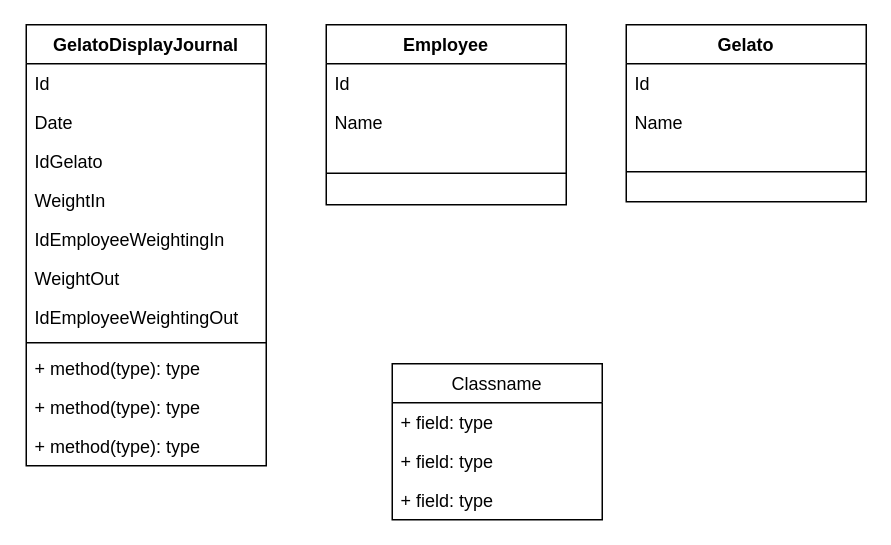
Earlier version of the draw.io diagram DiarioGelato_ClassDiagram.drawio (cidzanella/diariodelgelato). Source tidied: cells renumbered, new cells numbered last; positions are measured from the earlier drawing's top-left corner, leaving out a move shared by most shapes. Both pictures are drawn from the tidied source at 150%, with x=0, y=0 at pixel (26, 24).
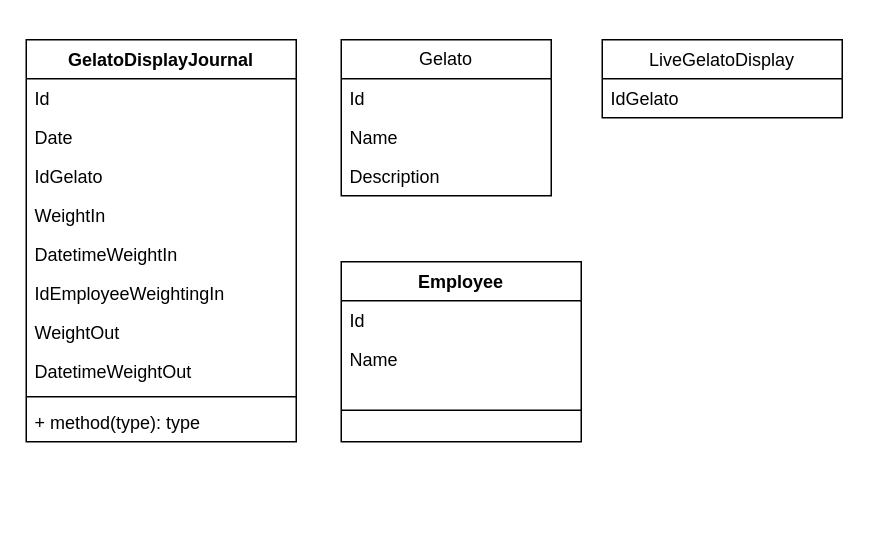
The same diagram, later.

What changed in the source:
```diff
@@
-    <mxCell id="2" value="Gelato" style="swimlane;fontStyle=1;align=center;verticalAlign=top;horizontal=1;startSize=26;" parent="1" vertex="1">
-      <mxGeometry x="400" width="160" height="118" as="geometry" />
-    </mxCell>
-    <mxCell id="3" value="Id" style="text;strokeColor=none;fillColor=none;align=left;verticalAlign=top;spacingLeft=4;spacingRight=4;overflow=hidden;" parent="2" vertex="1">
-      <mxGeometry y="26" width="160" height="26" as="geometry" />
-    </mxCell>
-    <mxCell id="4" value="Name" style="text;strokeColor=none;fillColor=none;align=left;verticalAlign=top;spacingLeft=4;spacingRight=4;overflow=hidden;" parent="2" vertex="1">
-      <mxGeometry y="52" width="160" height="26" as="geometry" />
-    </mxCell>
-    <mxCell id="5" style="line;strokeWidth=1;fillColor=none;align=left;verticalAlign=middle;spacingTop=-1;spacingLeft=3;spacingRight=3;labelPosition=right;strokeColor=inherit;" parent="2" vertex="1">
-      <mxGeometry y="78" width="160" height="40" as="geometry" />
-    </mxCell>
     <mxCell id="6" value="GelatoDisplayJournal" style="swimlane;fontStyle=1;align=center;verticalAlign=top;horizontal=1;startSize=26;" parent="1" vertex="1">
-      <mxGeometry width="160" height="294" as="geometry" />
+      <mxGeometry y="10" width="180" height="268" as="geometry" />
     </mxCell>
     <mxCell id="7" value="Id" style="text;strokeColor=none;fillColor=none;align=left;verticalAlign=top;spacingLeft=4;spacingRight=4;overflow=hidden;" parent="6" vertex="1">
-      <mxGeometry y="26" width="160" height="26" as="geometry" />
+      <mxGeometry y="26" width="180" height="26" as="geometry" />
     </mxCell>
     <mxCell id="8" value="Date" style="text;strokeColor=none;fillColor=none;align=left;verticalAlign=top;spacingLeft=4;spacingRight=4;overflow=hidden;" parent="6" vertex="1">
-      <mxGeometry y="52" width="160" height="26" as="geometry" />
+      <mxGeometry y="52" width="180" height="26" as="geometry" />
     </mxCell>
     <mxCell id="9" value="IdGelato" style="text;strokeColor=none;fillColor=none;align=left;verticalAlign=top;spacingLeft=4;spacingRight=4;overflow=hidden;" parent="6" vertex="1">
-      <mxGeometry y="78" width="160" height="26" as="geometry" />
+      <mxGeometry y="78" width="180" height="26" as="geometry" />
     </mxCell>
     <mxCell id="10" value="WeightIn" style="text;strokeColor=none;fillColor=none;align=left;verticalAlign=top;spacingLeft=4;spacingRight=4;overflow=hidden;" parent="6" vertex="1">
-      <mxGeometry y="104" width="160" height="26" as="geometry" />
+      <mxGeometry y="104" width="180" height="26" as="geometry" />
     </mxCell>
+    <mxCell id="15" value="DatetimeWeightIn" style="text;strokeColor=none;fillColor=none;align=left;verticalAlign=top;spacingLeft=4;spacingRight=4;overflow=hidden;" parent="6" vertex="1">
+      <mxGeometry y="130" width="180" height="26" as="geometry" />
+    </mxCell>
     <mxCell id="11" value="IdEmployeeWeightingIn" style="text;strokeColor=none;fillColor=none;align=left;verticalAlign=top;spacingLeft=4;spacingRight=4;overflow=hidden;" parent="6" vertex="1">
-      <mxGeometry y="130" width="160" height="26" as="geometry" />
+      <mxGeometry y="156" width="180" height="26" as="geometry" />
     </mxCell>
     <mxCell id="12" value="WeightOut" style="text;strokeColor=none;fillColor=none;align=left;verticalAlign=top;spacingLeft=4;spacingRight=4;overflow=hidden;" parent="6" vertex="1">
-      <mxGeometry y="156" width="160" height="26" as="geometry" />
+      <mxGeometry y="182" width="180" height="26" as="geometry" />
     </mxCell>
-    <mxCell id="13" value="IdEmployeeWeightingOut" style="text;strokeColor=none;fillColor=none;align=left;verticalAlign=top;spacingLeft=4;spacingRight=4;overflow=hidden;" parent="6" vertex="1">
-      <mxGeometry y="182" width="160" height="26" as="geometry" />
+    <mxCell id="13" value="DatetimeWeightOut&#10;" style="text;strokeColor=none;fillColor=none;align=left;verticalAlign=top;spacingLeft=4;spacingRight=4;overflow=hidden;" parent="6" vertex="1">
+      <mxGeometry y="208" width="180" height="26" as="geometry" />
     </mxCell>
     <mxCell id="14" style="line;strokeWidth=1;fillColor=none;align=left;verticalAlign=middle;spacingTop=-1;spacingLeft=3;spacingRight=3;labelPosition=right;strokeColor=inherit;" parent="6" vertex="1">
-      <mxGeometry y="208" width="160" height="8" as="geometry" />
+      <mxGeometry y="234" width="180" height="8" as="geometry" />
     </mxCell>
-    <mxCell id="15" value="+ method(type): type" style="text;strokeColor=none;fillColor=none;align=left;verticalAlign=top;spacingLeft=4;spacingRight=4;overflow=hidden;" parent="6" vertex="1">
-      <mxGeometry y="216" width="160" height="26" as="geometry" />
-    </mxCell>
     <mxCell id="16" value="+ method(type): type" style="text;strokeColor=none;fillColor=none;align=left;verticalAlign=top;spacingLeft=4;spacingRight=4;overflow=hidden;" parent="6" vertex="1">
-      <mxGeometry y="242" width="160" height="26" as="geometry" />
+      <mxGeometry y="242" width="180" height="26" as="geometry" />
     </mxCell>
-    <mxCell id="17" value="+ method(type): type" style="text;strokeColor=none;fillColor=none;align=left;verticalAlign=top;spacingLeft=4;spacingRight=4;overflow=hidden;" parent="6" vertex="1">
-      <mxGeometry y="268" width="160" height="26" as="geometry" />
-    </mxCell>
     <mxCell id="18" value="Employee" style="swimlane;fontStyle=1;align=center;verticalAlign=top;horizontal=1;startSize=26;" parent="1" vertex="1">
-      <mxGeometry x="200" width="160" height="120" as="geometry" />
+      <mxGeometry x="210" y="158" width="160" height="120" as="geometry" />
     </mxCell>
@@
-    <mxCell id="22" value="Classname" style="swimlane;fontStyle=0;horizontal=1;startSize=26;fillColor=none;" parent="1" vertex="1">
-      <mxGeometry x="244" y="226" width="140" height="104" as="geometry" />
+    <mxCell id="22" value="LiveGelatoDisplay" style="swimlane;fontStyle=0;horizontal=1;startSize=26;fillColor=none;" parent="1" vertex="1">
+      <mxGeometry x="384" y="10" width="160" height="52" as="geometry" />
     </mxCell>
-    <mxCell id="23" value="+ field: type" style="text;strokeColor=none;fillColor=none;align=left;verticalAlign=top;spacingLeft=4;spacingRight=4;overflow=hidden;" parent="22" vertex="1">
-      <mxGeometry y="26" width="140" height="26" as="geometry" />
-    </mxCell>
-    <mxCell id="24" value="+ field: type" style="text;strokeColor=none;fillColor=none;align=left;verticalAlign=top;spacingLeft=4;spacingRight=4;overflow=hidden;" parent="22" vertex="1">
-      <mxGeometry y="52" width="140" height="26" as="geometry" />
-    </mxCell>
-    <mxCell id="25" value="+ field: type" style="text;strokeColor=none;fillColor=none;align=left;verticalAlign=top;spacingLeft=4;spacingRight=4;overflow=hidden;" parent="22" vertex="1">
-      <mxGeometry y="78" width="140" height="26" as="geometry" />
+    <mxCell id="25" value="IdGelato" style="text;strokeColor=none;fillColor=none;align=left;verticalAlign=top;spacingLeft=4;spacingRight=4;overflow=hidden;" parent="22" vertex="1">
+      <mxGeometry y="26" width="160" height="26" as="geometry" />
     </mxCell>
+    <mxCell id="2" value="Gelato" style="swimlane;fontStyle=0;horizontal=1;startSize=26;fillColor=none;whiteSpace=wrap;html=1;" parent="1" vertex="1">
+      <mxGeometry x="210" y="10" width="140" height="104" as="geometry" />
+    </mxCell>
+    <mxCell id="3" value="Id" style="text;strokeColor=none;fillColor=none;align=left;verticalAlign=top;spacingLeft=4;spacingRight=4;overflow=hidden;whiteSpace=wrap;html=1;" parent="2" vertex="1">
+      <mxGeometry y="26" width="140" height="26" as="geometry" />
+    </mxCell>
+    <mxCell id="4" value="Name" style="text;strokeColor=none;fillColor=none;align=left;verticalAlign=top;spacingLeft=4;spacingRight=4;overflow=hidden;whiteSpace=wrap;html=1;" parent="2" vertex="1">
+      <mxGeometry y="52" width="140" height="26" as="geometry" />
+    </mxCell>
+    <mxCell id="26" value="Description" style="text;strokeColor=none;fillColor=none;align=left;verticalAlign=top;spacingLeft=4;spacingRight=4;overflow=hidden;whiteSpace=wrap;html=1;" parent="2" vertex="1">
+      <mxGeometry y="78" width="140" height="26" as="geometry" />
+    </mxCell>
```
